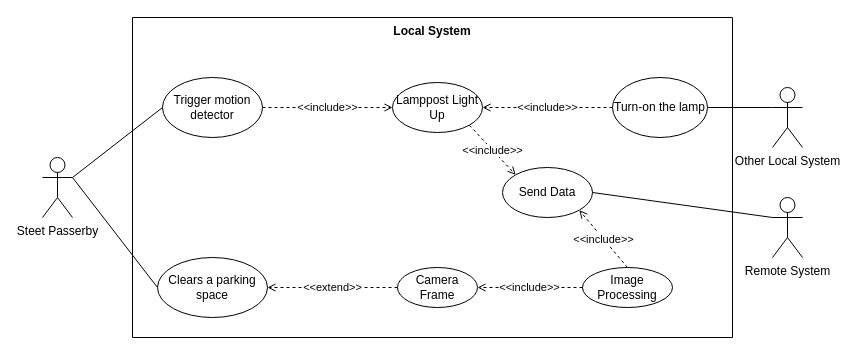
Before: page "UseCases" (1 of 3) of project/report/flowcharts/LocalSystem.drawio in ESRGgroup9/slipad, a draw.io diagram. Source tidied: cells renumbered, new cells numbered last; positions are measured from the earlier drawing's top-left corner, leaving out a move shared by most shapes. Both pictures are drawn from the tidied source at 100%, with x=0, y=0 at pixel (42, 17).
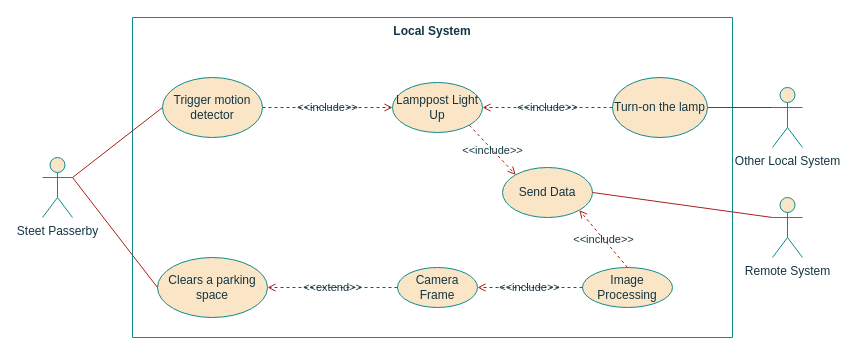
After the change.

The edit, as a diff of the source:
```diff
@@
-    <mxCell id="2" value="Local System" style="swimlane;startSize=0;verticalAlign=top;" parent="1" vertex="1">
+    <mxCell id="2" value="Local System" style="swimlane;startSize=0;verticalAlign=top;fillColor=#FAE5C7;strokeColor=#0F8B8D;fontColor=#143642;" parent="1" vertex="1">
       <mxGeometry x="90" width="600" height="320" as="geometry" />
     </mxCell>
-    <mxCell id="3" value="Send Data" style="ellipse;whiteSpace=wrap;html=1;" parent="2" vertex="1">
+    <mxCell id="3" value="Send Data" style="ellipse;whiteSpace=wrap;html=1;fillColor=#FAE5C7;strokeColor=#0F8B8D;fontColor=#143642;" parent="2" vertex="1">
       <mxGeometry x="370" y="150" width="90" height="50" as="geometry" />
     </mxCell>
-    <mxCell id="4" value="&amp;lt;&amp;lt;include&amp;gt;&amp;gt;" style="edgeStyle=none;rounded=0;jettySize=auto;html=1;entryX=0;entryY=0.5;entryDx=0;entryDy=0;dashed=1;endArrow=open;endFill=0;" parent="1" edge="1" source="5" target="8">
+    <mxCell id="4" value="&amp;lt;&amp;lt;include&amp;gt;&amp;gt;" style="edgeStyle=none;rounded=0;jettySize=auto;html=1;entryX=0;entryY=0.5;entryDx=0;entryDy=0;dashed=1;endArrow=open;endFill=0;labelBackgroundColor=none;strokeColor=#A8201A;fontColor=#143642;" parent="1" edge="1" source="5" target="8">
       <mxGeometry relative="1" as="geometry" />
     </mxCell>
-    <mxCell id="5" value="Trigger motion detector" style="ellipse;whiteSpace=wrap;html=1;" parent="1" vertex="1">
+    <mxCell id="5" value="Trigger motion detector" style="ellipse;whiteSpace=wrap;html=1;fillColor=#FAE5C7;strokeColor=#0F8B8D;fontColor=#143642;" parent="1" vertex="1">
       <mxGeometry x="120" y="60" width="100" height="60" as="geometry" />
     </mxCell>
-    <mxCell id="6" value="Camera Frame" style="ellipse;whiteSpace=wrap;html=1;" parent="1" vertex="1">
+    <mxCell id="6" value="Camera Frame" style="ellipse;whiteSpace=wrap;html=1;fillColor=#FAE5C7;strokeColor=#0F8B8D;fontColor=#143642;" parent="1" vertex="1">
       <mxGeometry x="355" y="250" width="80" height="40" as="geometry" />
     </mxCell>
-    <mxCell id="7" value="Image Processing" style="ellipse;whiteSpace=wrap;html=1;" parent="1" vertex="1">
+    <mxCell id="7" value="Image Processing" style="ellipse;whiteSpace=wrap;html=1;fillColor=#FAE5C7;strokeColor=#0F8B8D;fontColor=#143642;" parent="1" vertex="1">
       <mxGeometry x="540" y="250" width="90" height="40" as="geometry" />
     </mxCell>
-    <mxCell id="8" value="Lamppost Light Up" style="ellipse;whiteSpace=wrap;html=1;" parent="1" vertex="1">
+    <mxCell id="8" value="Lamppost Light Up" style="ellipse;whiteSpace=wrap;html=1;fillColor=#FAE5C7;strokeColor=#0F8B8D;fontColor=#143642;" parent="1" vertex="1">
       <mxGeometry x="350" y="65" width="90" height="50" as="geometry" />
     </mxCell>
-    <mxCell id="9" value="Clears a parking space" style="ellipse;whiteSpace=wrap;html=1;" parent="1" vertex="1">
+    <mxCell id="9" value="Clears a parking space" style="ellipse;whiteSpace=wrap;html=1;fillColor=#FAE5C7;strokeColor=#0F8B8D;fontColor=#143642;" parent="1" vertex="1">
       <mxGeometry x="115" y="240" width="110" height="60" as="geometry" />
     </mxCell>
-    <mxCell id="10" value="Remote System" style="shape=umlActor;verticalLabelPosition=bottom;verticalAlign=top;html=1;outlineConnect=0;" parent="1" vertex="1">
+    <mxCell id="10" value="Remote System" style="shape=umlActor;verticalLabelPosition=bottom;verticalAlign=top;html=1;outlineConnect=0;fillColor=#FAE5C7;strokeColor=#0F8B8D;fontColor=#143642;" parent="1" vertex="1">
       <mxGeometry x="730" y="180" width="30" height="60" as="geometry" />
     </mxCell>
-    <mxCell id="11" style="edgeStyle=none;rounded=0;jettySize=auto;html=1;exitX=1;exitY=0.3333333333333333;exitDx=0;exitDy=0;exitPerimeter=0;entryX=0;entryY=0.5;entryDx=0;entryDy=0;endArrow=none;endFill=0;" parent="1" edge="1" source="13" target="5">
+    <mxCell id="11" style="edgeStyle=none;rounded=0;jettySize=auto;html=1;exitX=1;exitY=0.3333333333333333;exitDx=0;exitDy=0;exitPerimeter=0;entryX=0;entryY=0.5;entryDx=0;entryDy=0;endArrow=none;endFill=0;labelBackgroundColor=#DAD2D8;strokeColor=#A8201A;fontColor=#143642;" parent="1" edge="1" source="13" target="5">
       <mxGeometry relative="1" as="geometry" />
     </mxCell>
-    <mxCell id="12" style="edgeStyle=none;rounded=0;jettySize=auto;html=1;entryX=0;entryY=0.5;entryDx=0;entryDy=0;endArrow=none;endFill=0;exitX=1;exitY=0.3333333333333333;exitDx=0;exitDy=0;exitPerimeter=0;" parent="1" edge="1" source="13" target="9">
+    <mxCell id="12" style="edgeStyle=none;rounded=0;jettySize=auto;html=1;entryX=0;entryY=0.5;entryDx=0;entryDy=0;endArrow=none;endFill=0;exitX=1;exitY=0.3333333333333333;exitDx=0;exitDy=0;exitPerimeter=0;labelBackgroundColor=#DAD2D8;strokeColor=#A8201A;fontColor=#143642;" parent="1" edge="1" source="13" target="9">
       <mxGeometry relative="1" as="geometry" />
     </mxCell>
-    <mxCell id="13" value="Steet Passerby" style="shape=umlActor;verticalLabelPosition=bottom;verticalAlign=top;html=1;outlineConnect=0;" parent="1" vertex="1">
+    <mxCell id="13" value="Steet Passerby" style="shape=umlActor;verticalLabelPosition=bottom;verticalAlign=top;html=1;outlineConnect=0;fillColor=#FAE5C7;strokeColor=#0F8B8D;fontColor=#143642;" parent="1" vertex="1">
       <mxGeometry y="140" width="30" height="60" as="geometry" />
     </mxCell>
-    <mxCell id="14" value="&amp;lt;&amp;lt;extend&amp;gt;&amp;gt;" style="edgeStyle=none;rounded=0;jettySize=auto;html=1;entryX=1;entryY=0.5;entryDx=0;entryDy=0;dashed=1;exitX=0;exitY=0.5;exitDx=0;exitDy=0;endArrow=open;endFill=0;" parent="1" edge="1" source="6" target="9">
+    <mxCell id="14" value="&amp;lt;&amp;lt;extend&amp;gt;&amp;gt;" style="edgeStyle=none;rounded=0;jettySize=auto;html=1;entryX=1;entryY=0.5;entryDx=0;entryDy=0;dashed=1;exitX=0;exitY=0.5;exitDx=0;exitDy=0;endArrow=open;endFill=0;labelBackgroundColor=none;strokeColor=#A8201A;fontColor=#143642;" parent="1" edge="1" source="6" target="9">
       <mxGeometry relative="1" as="geometry" />
     </mxCell>
-    <mxCell id="15" style="edgeStyle=none;rounded=0;jettySize=auto;html=1;entryX=0;entryY=0.3333333333333333;entryDx=0;entryDy=0;entryPerimeter=0;endArrow=none;endFill=0;" parent="1" edge="1" source="16" target="22">
+    <mxCell id="15" style="edgeStyle=none;rounded=0;jettySize=auto;html=1;entryX=0;entryY=0.3333333333333333;entryDx=0;entryDy=0;entryPerimeter=0;endArrow=none;endFill=0;labelBackgroundColor=#DAD2D8;strokeColor=#A8201A;fontColor=#143642;" parent="1" edge="1" source="16" target="22">
       <mxGeometry relative="1" as="geometry" />
     </mxCell>
-    <mxCell id="16" value="Turn-on the lamp" style="ellipse;whiteSpace=wrap;html=1;" parent="1" vertex="1">
+    <mxCell id="16" value="Turn-on the lamp" style="ellipse;whiteSpace=wrap;html=1;fillColor=#FAE5C7;strokeColor=#0F8B8D;fontColor=#143642;" parent="1" vertex="1">
       <mxGeometry x="570" y="60" width="95" height="60" as="geometry" />
     </mxCell>
-    <mxCell id="17" style="rounded=0;jettySize=auto;html=1;exitX=1;exitY=0.5;exitDx=0;exitDy=0;endArrow=none;endFill=0;entryX=0;entryY=0.3333333333333333;entryDx=0;entryDy=0;entryPerimeter=0;" parent="1" edge="1" source="3" target="10">
+    <mxCell id="17" style="rounded=0;jettySize=auto;html=1;exitX=1;exitY=0.5;exitDx=0;exitDy=0;endArrow=none;endFill=0;entryX=0;entryY=0.3333333333333333;entryDx=0;entryDy=0;entryPerimeter=0;labelBackgroundColor=#DAD2D8;strokeColor=#A8201A;fontColor=#143642;" parent="1" edge="1" source="3" target="10">
       <mxGeometry relative="1" as="geometry" />
     </mxCell>
-    <mxCell id="18" value="&amp;lt;&amp;lt;include&amp;gt;&amp;gt;" style="edgeStyle=none;rounded=0;jettySize=auto;html=1;entryX=1;entryY=0.5;entryDx=0;entryDy=0;dashed=1;exitX=0;exitY=0.5;exitDx=0;exitDy=0;endArrow=open;endFill=0;" parent="1" edge="1" source="7" target="6">
+    <mxCell id="18" value="&amp;lt;&amp;lt;include&amp;gt;&amp;gt;" style="edgeStyle=none;rounded=0;jettySize=auto;html=1;entryX=1;entryY=0.5;entryDx=0;entryDy=0;dashed=1;exitX=0;exitY=0.5;exitDx=0;exitDy=0;endArrow=open;endFill=0;labelBackgroundColor=none;strokeColor=#A8201A;fontColor=#143642;" parent="1" edge="1" source="7" target="6">
       <mxGeometry relative="1" as="geometry" />
     </mxCell>
-    <mxCell id="19" value="&amp;lt;&amp;lt;include&amp;gt;&amp;gt;" style="edgeStyle=none;rounded=0;jettySize=auto;html=1;entryX=0;entryY=0;entryDx=0;entryDy=0;dashed=1;exitX=1;exitY=1;exitDx=0;exitDy=0;endArrow=open;endFill=0;" parent="1" edge="1" source="8" target="3">
+    <mxCell id="19" value="&amp;lt;&amp;lt;include&amp;gt;&amp;gt;" style="edgeStyle=none;rounded=0;jettySize=auto;html=1;entryX=0;entryY=0;entryDx=0;entryDy=0;dashed=1;exitX=1;exitY=1;exitDx=0;exitDy=0;endArrow=open;endFill=0;labelBackgroundColor=none;strokeColor=#A8201A;fontColor=#143642;" parent="1" edge="1" source="8" target="3">
       <mxGeometry relative="1" as="geometry" />
     </mxCell>
-    <mxCell id="20" value="&amp;lt;&amp;lt;include&amp;gt;&amp;gt;" style="edgeStyle=none;rounded=0;jettySize=auto;html=1;entryX=1;entryY=1;entryDx=0;entryDy=0;dashed=1;exitX=0.5;exitY=0;exitDx=0;exitDy=0;endArrow=open;endFill=0;" parent="1" edge="1" source="7" target="3">
+    <mxCell id="20" value="&amp;lt;&amp;lt;include&amp;gt;&amp;gt;" style="edgeStyle=none;rounded=0;jettySize=auto;html=1;entryX=1;entryY=1;entryDx=0;entryDy=0;dashed=1;exitX=0.5;exitY=0;exitDx=0;exitDy=0;endArrow=open;endFill=0;labelBackgroundColor=none;strokeColor=#A8201A;fontColor=#143642;" parent="1" edge="1" source="7" target="3">
       <mxGeometry relative="1" as="geometry" />
     </mxCell>
-    <mxCell id="21" value="&amp;lt;&amp;lt;include&amp;gt;&amp;gt;" style="edgeStyle=none;rounded=0;jettySize=auto;html=1;entryX=1;entryY=0.5;entryDx=0;entryDy=0;dashed=1;endArrow=open;endFill=0;exitX=0;exitY=0.5;exitDx=0;exitDy=0;" parent="1" edge="1" source="16" target="8">
+    <mxCell id="21" value="&amp;lt;&amp;lt;include&amp;gt;&amp;gt;" style="edgeStyle=none;rounded=0;jettySize=auto;html=1;entryX=1;entryY=0.5;entryDx=0;entryDy=0;dashed=1;endArrow=open;endFill=0;exitX=0;exitY=0.5;exitDx=0;exitDy=0;labelBackgroundColor=none;strokeColor=#A8201A;fontColor=#143642;" parent="1" edge="1" source="16" target="8">
       <mxGeometry relative="1" as="geometry" />
     </mxCell>
-    <mxCell id="22" value="Other Local System" style="shape=umlActor;verticalLabelPosition=bottom;verticalAlign=top;html=1;outlineConnect=0;" parent="1" vertex="1">
+    <mxCell id="22" value="Other Local System" style="shape=umlActor;verticalLabelPosition=bottom;verticalAlign=top;html=1;outlineConnect=0;fillColor=#FAE5C7;strokeColor=#0F8B8D;fontColor=#143642;" parent="1" vertex="1">
       <mxGeometry x="730" y="70" width="30" height="60" as="geometry" />
     </mxCell>
```
